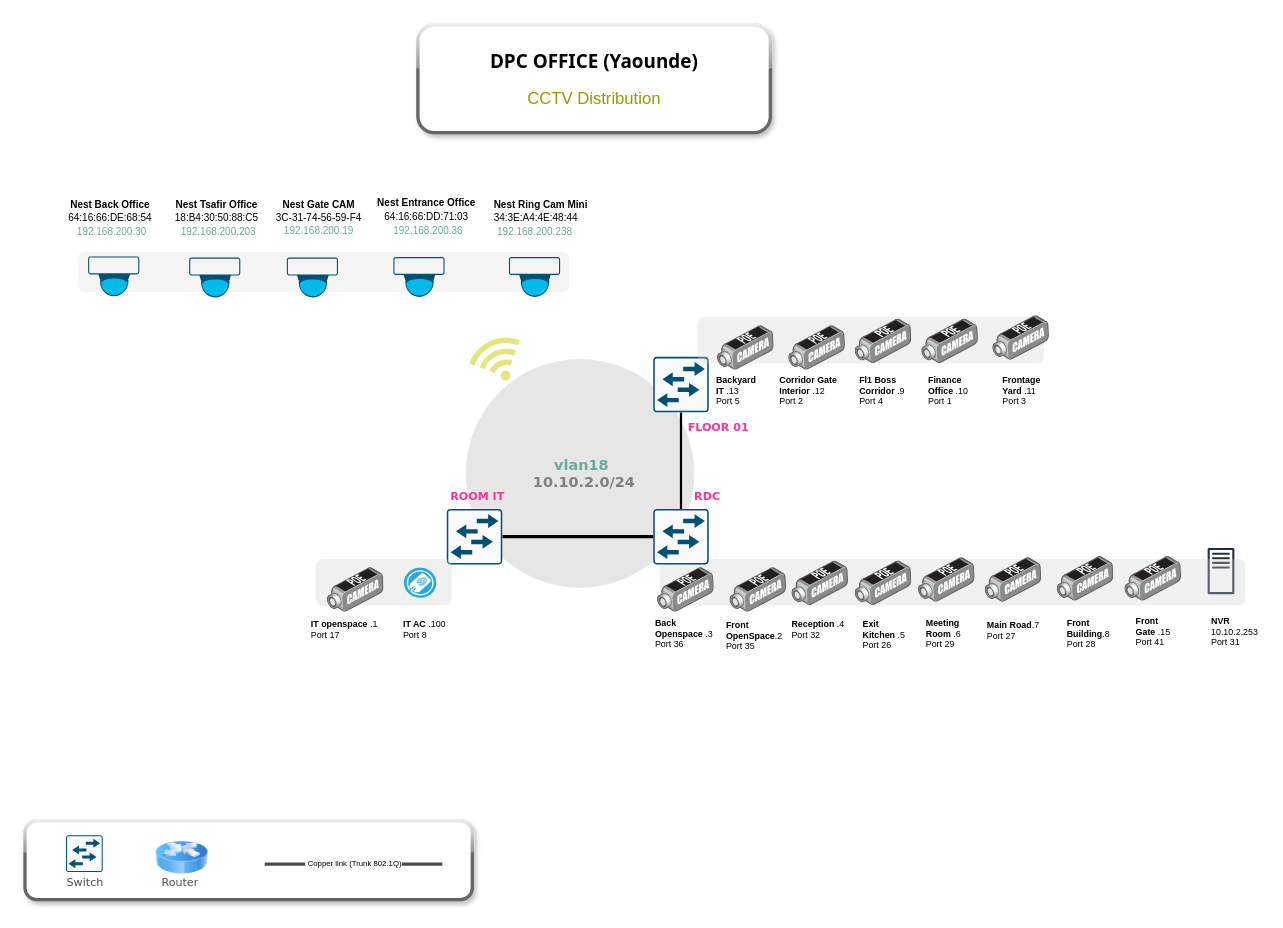
The draw.io diagram page "Copie de Wireless_Dist" (4 of 4) of DPC Network Diagram.drawio in tetndoh/eshop, before the edit. Source tidied: cells renumbered, new cells numbered last; positions are measured from the earlier drawing's top-left corner, leaving out a move shared by most shapes. Both pictures are drawn from the tidied source at 111%, with x=0, y=0 at pixel (24, 24).
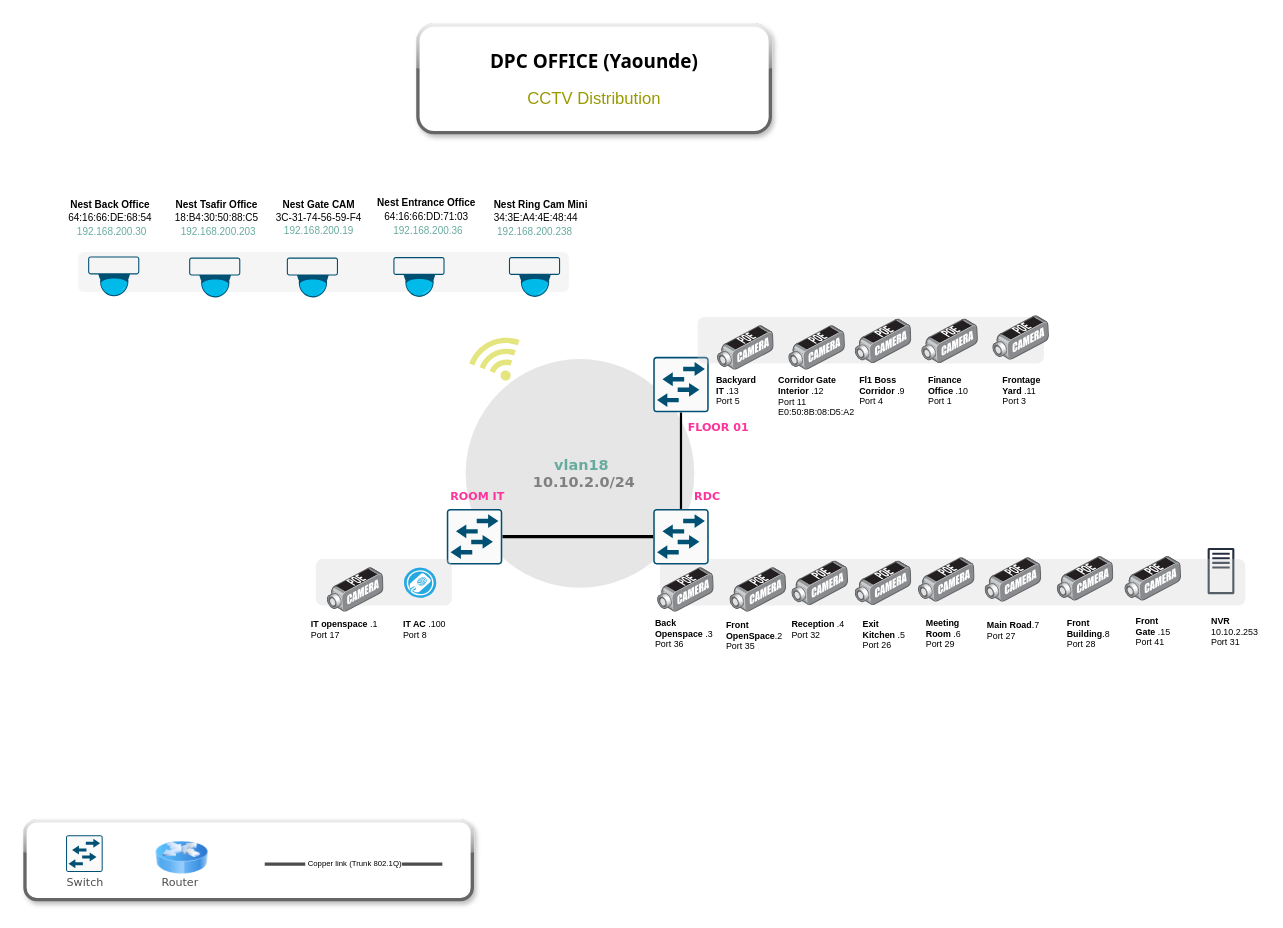
The same diagram, later.

What changed in the source:
```diff
@@
-    <mxCell id="62" value="&lt;span style=&quot;font-size: 8px;&quot;&gt;&lt;b&gt;Corridor Gate Interior&amp;nbsp;&lt;/b&gt;.12&lt;br&gt;Port 2&lt;br&gt;&lt;/span&gt;" style="text;strokeColor=none;align=left;fillColor=none;html=1;verticalAlign=middle;whiteSpace=wrap;rounded=1;fontSize=8;fontStyle=0;" parent="1" vertex="1">
-      <mxGeometry x="678" y="318" width="63" height="23" as="geometry" />
+    <mxCell id="62" value="&lt;b style=&quot;font-size: 8px;&quot;&gt;Corridor Gate Interior&amp;nbsp;&lt;/b&gt;.12&lt;br&gt;Port 11&lt;br&gt;E0:50:8B:08:D5:A2" style="text;strokeColor=none;align=left;fillColor=none;html=1;verticalAlign=middle;whiteSpace=wrap;rounded=1;fontSize=8;fontStyle=0;" parent="1" vertex="1">
+      <mxGeometry x="677" y="323" width="63" height="23" as="geometry" />
     </mxCell>
```
